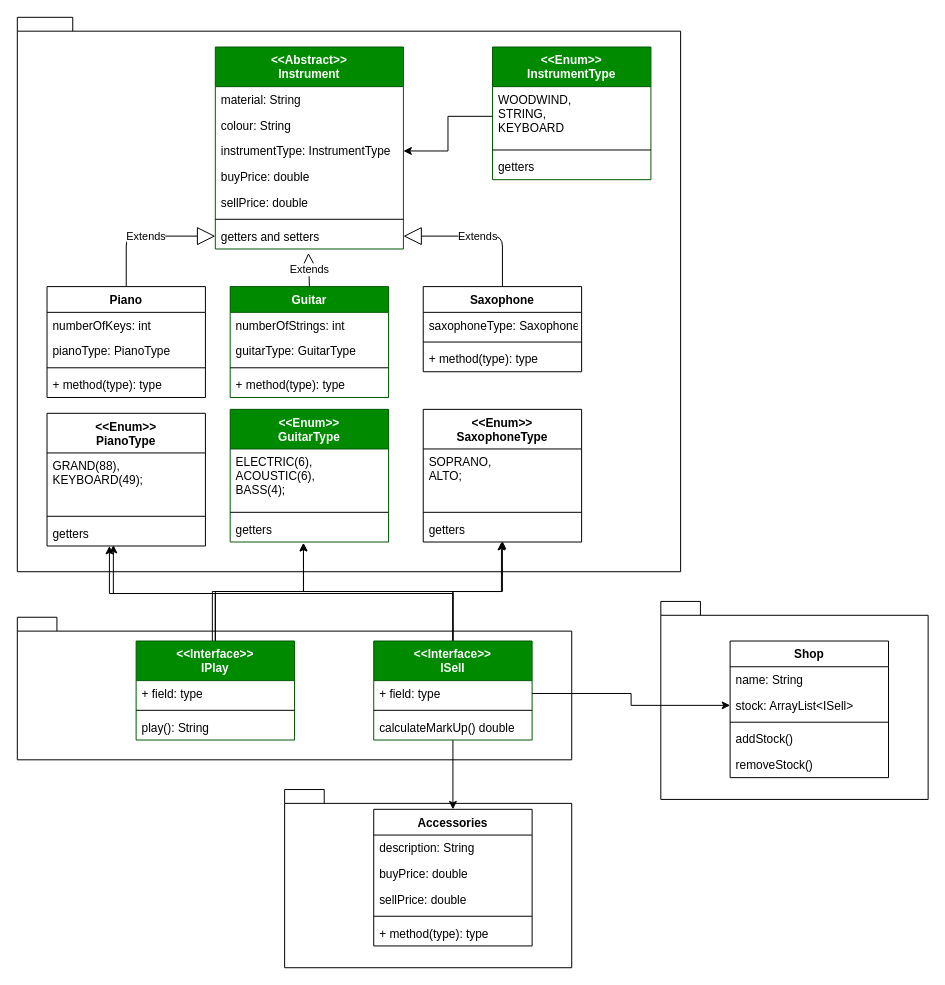
The draw.io diagram planning.drawio in Stanhoucke/music_shop_hw, before the edit. Source tidied: cells renumbered, new cells numbered last; positions are measured from the earlier drawing's top-left corner, leaving out a move shared by most shapes. Both pictures are drawn from the tidied source at 99%, with x=0, y=0 at pixel (17, 17).
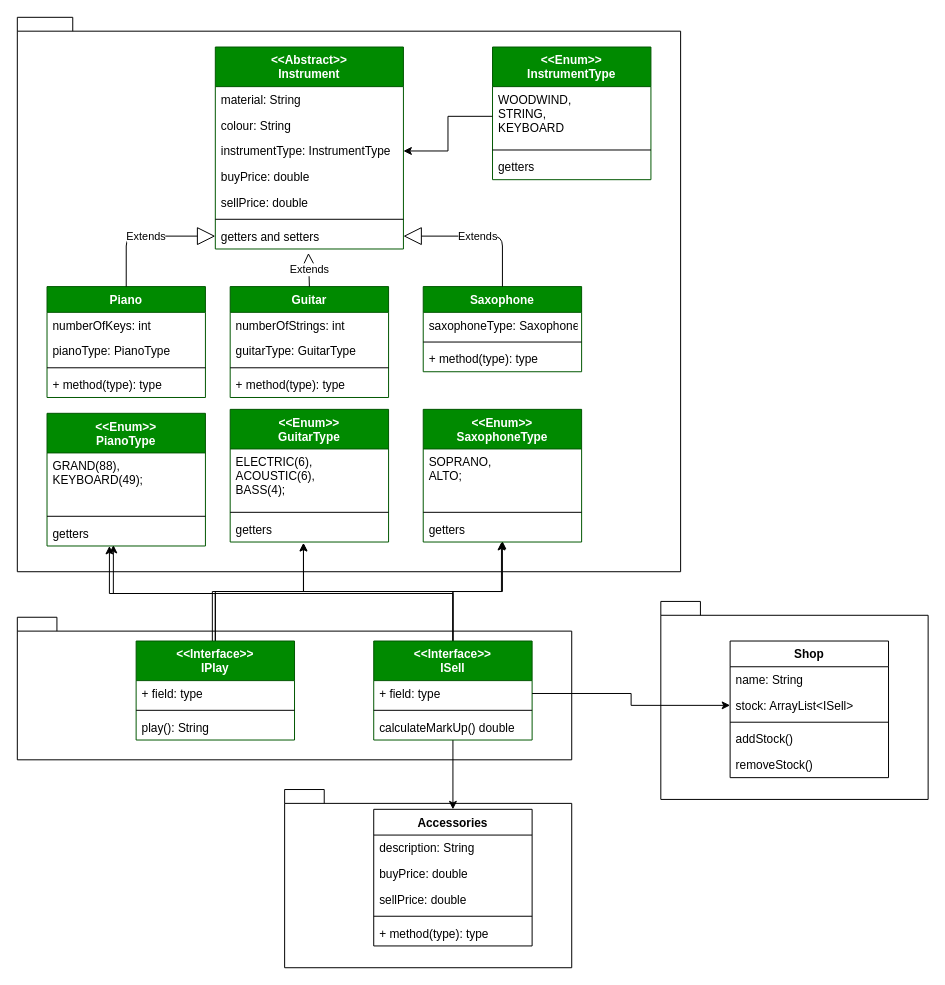
Above is the later version.

What changed in the source:
```diff
@@
-    <mxCell id="18" value="Piano" style="swimlane;fontStyle=1;align=center;verticalAlign=top;horizontal=1;startSize=26;" parent="1" vertex="1">
+    <mxCell id="18" value="Piano" style="swimlane;fontStyle=1;align=center;verticalAlign=top;horizontal=1;startSize=26;fillColor=#008a00;strokeColor=#005700;fontColor=#ffffff;" parent="1" vertex="1">
       <mxGeometry x="30" y="272" width="160" height="112" as="geometry" />
     </mxCell>
@@
-    <mxCell id="23" value="Saxophone" style="swimlane;fontStyle=1;align=center;verticalAlign=top;horizontal=1;startSize=26;" parent="1" vertex="1">
+    <mxCell id="23" value="Saxophone" style="swimlane;fontStyle=1;align=center;verticalAlign=top;horizontal=1;startSize=26;fillColor=#008a00;strokeColor=#005700;fontColor=#ffffff;" parent="1" vertex="1">
       <mxGeometry x="410" y="272" width="160" height="86" as="geometry" />
     </mxCell>
@@
-    <mxCell id="43" value="&lt;&lt;Enum&gt;&gt;&#10;PianoType" style="swimlane;fontStyle=1;align=center;verticalAlign=top;horizontal=1;startSize=40;" parent="1" vertex="1">
+    <mxCell id="43" value="&lt;&lt;Enum&gt;&gt;&#10;PianoType" style="swimlane;fontStyle=1;align=center;verticalAlign=top;horizontal=1;startSize=40;fillColor=#008a00;strokeColor=#005700;fontColor=#ffffff;" parent="1" vertex="1">
       <mxGeometry x="30" y="400" width="160" height="134" as="geometry" />
     </mxCell>
@@
-    <mxCell id="47" value="&lt;&lt;Enum&gt;&gt;&#10;SaxophoneType" style="swimlane;fontStyle=1;align=center;verticalAlign=top;horizontal=1;startSize=40;" parent="1" vertex="1">
+    <mxCell id="47" value="&lt;&lt;Enum&gt;&gt;&#10;SaxophoneType" style="swimlane;fontStyle=1;align=center;verticalAlign=top;horizontal=1;startSize=40;fillColor=#008a00;strokeColor=#005700;fontColor=#ffffff;" parent="1" vertex="1">
       <mxGeometry x="410" y="396" width="160" height="134" as="geometry" />
     </mxCell>
```
